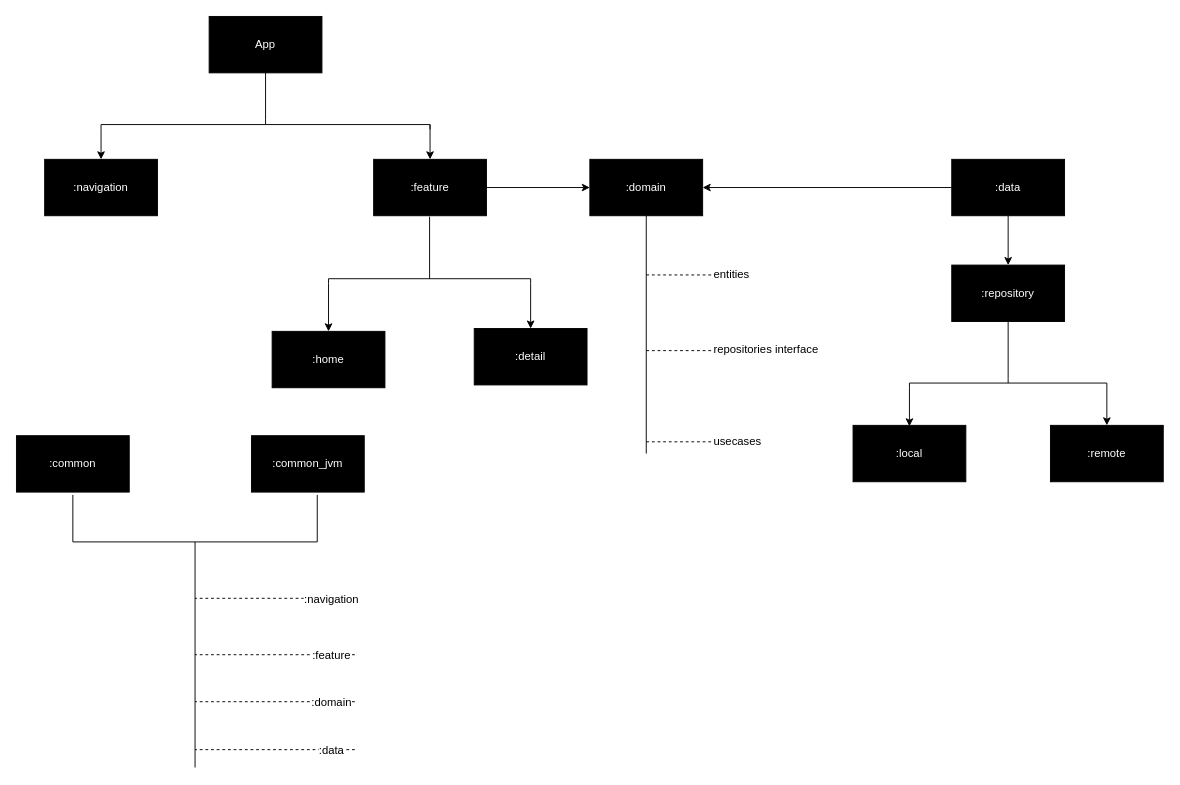
Earlier version of the draw.io diagram diagram/multi_module.drawio (vancuong0429/MultipleModule). Source tidied: cells renumbered, new cells numbered last; positions are measured from the earlier drawing's top-left corner, leaving out a move shared by most shapes. Both pictures are drawn from the tidied source at 94%, with x=0, y=0 at pixel (16, 16).
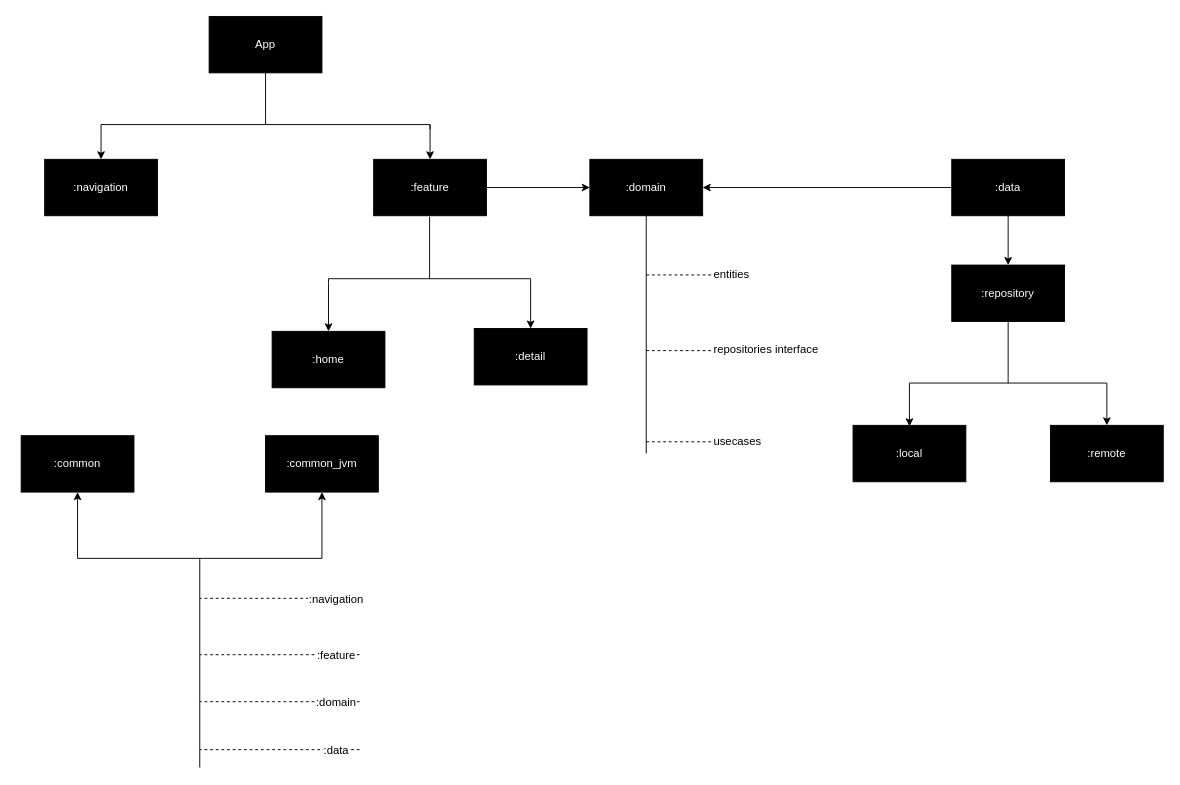
After the change.

Unchanged cells that the change refers to:
```xml
<mxCell id="39" style="group;fillColor=none;fontColor=#000000;strokeColor=none;" parent="37" vertex="1">
  <mxGeometry width="370" height="353" as="geometry" />
</mxCell>
<mxCell id="41" value="&lt;font color=&quot;#ffffff&quot;&gt;:common&lt;/font&gt;" style="rounded=0;whiteSpace=wrap;html=1;fillColor=#000000;" parent="39" vertex="1">
  <mxGeometry width="120" height="60" as="geometry" />
</mxCell>
```

Diff of the diagram source:
```diff
@@
     <mxCell id="37" style="group;fillColor=none;strokeColor=none;" parent="1" vertex="1">
-      <mxGeometry y="446" width="370" height="353" as="geometry" />
+      <mxGeometry x="5" y="446" width="370" height="353" as="geometry" />
     </mxCell>
-    <mxCell id="38" style="strokeWidth=1;html=1;shape=mxgraph.flowchart.annotation_2;align=left;direction=north;" parent="37" vertex="1">
-      <mxGeometry x="60" y="63" width="260" height="100" as="geometry" />
-    </mxCell>
@@
     <mxCell id="40" value="&lt;font color=&quot;#ffffff&quot;&gt;:common_jvm&lt;/font&gt;" style="rounded=0;whiteSpace=wrap;html=1;fillColor=#000000;" parent="39" vertex="1">
-      <mxGeometry x="250" width="120" height="60" as="geometry" />
+      <mxGeometry x="260" width="120" height="60" as="geometry" />
     </mxCell>
@@
+    <mxCell id="51" style="endArrow=classic;html=1;fontColor=#FFFFFF;entryX=0.5;entryY=1;entryDx=0;entryDy=0;exitX=1;exitY=0;exitDx=0;exitDy=0;exitPerimeter=0;" parent="39" edge="1" source="38" target="41">
+      <mxGeometry relative="1" as="geometry" />
+    </mxCell>
+    <mxCell id="52" style="endArrow=classic;html=1;fontColor=#FFFFFF;exitX=1;exitY=1;exitDx=0;exitDy=0;exitPerimeter=0;" parent="39" edge="1" source="38" target="40">
+      <mxGeometry relative="1" as="geometry" />
+    </mxCell>
+    <mxCell id="38" style="strokeWidth=1;html=1;shape=mxgraph.flowchart.annotation_2;align=left;direction=north;" parent="39" vertex="1">
+      <mxGeometry x="60" y="129" width="260" height="3" as="geometry" />
+    </mxCell>
```
